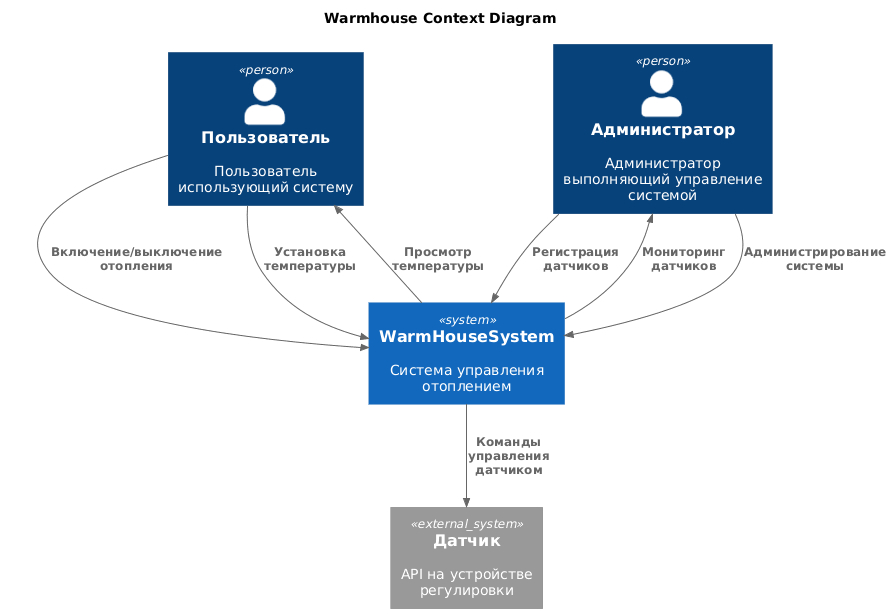
Before: Schemes/C4_context_Old.png, a diagram exported from PlantUML (MasterKhajiit/architecture-warmhouse-1). Source of this version:
```plantuml
@startuml
title Warmhouse Context Diagram

!include https://raw.githubusercontent.com/plantuml-stdlib/C4-PlantUML/master/C4_Context.puml

Person(user, "Пользователь", "Пользователь использующий систему")
Person(admin, "Администратор", "Администратор выполняющий управление системой")
System(WarmHouseSystem, "WarmHouseSystem", "Система управления отоплением")

System_Ext(sensor, "Датчик", "API на устройстве регулировки")

Rel(user, WarmHouseSystem, "Включение/выключение отопления")
Rel(user, WarmHouseSystem, "Установка температуры")
Rel_Back(user, WarmHouseSystem, "Просмотр температуры")

Rel(admin, WarmHouseSystem, "Регистрация датчиков")
Rel_Back(admin, WarmHouseSystem, "Мониторинг датчиков")
Rel(admin, WarmHouseSystem, "Администрирование системы")

Rel(WarmHouseSystem, sensor, "Команды управления датчиком")
@enduml
```
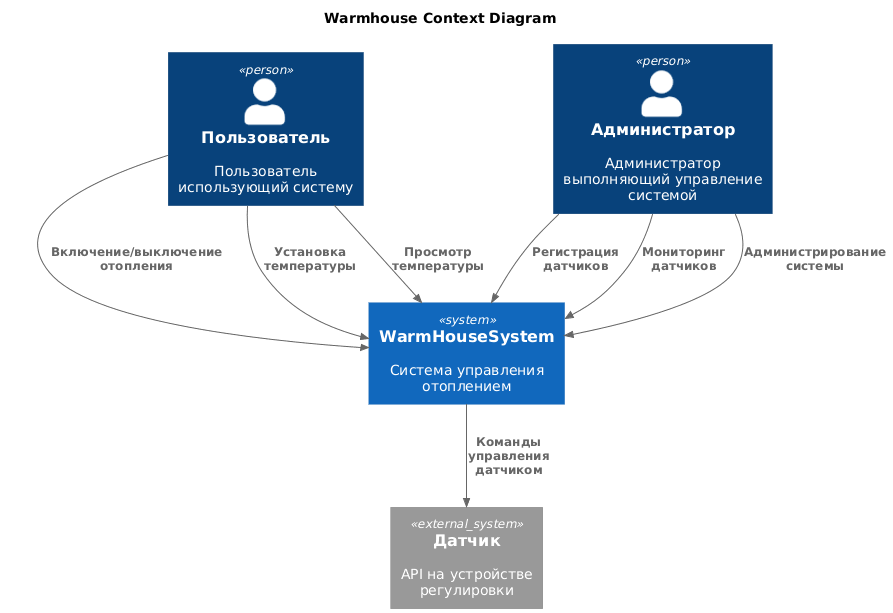
After the commit.

The edit, as a diff of the source:
```diff
@@ -11,10 +11,10 @@
 
 Rel(user, WarmHouseSystem, "Включение/выключение отопления")
 Rel(user, WarmHouseSystem, "Установка температуры")
-Rel_Back(user, WarmHouseSystem, "Просмотр температуры")
+Rel(user, WarmHouseSystem, "Просмотр температуры")
 
 Rel(admin, WarmHouseSystem, "Регистрация датчиков")
-Rel_Back(admin, WarmHouseSystem, "Мониторинг датчиков")
+Rel(admin, WarmHouseSystem, "Мониторинг датчиков")
 Rel(admin, WarmHouseSystem, "Администрирование системы")
 
 Rel(WarmHouseSystem, sensor, "Команды управления датчиком")
```
